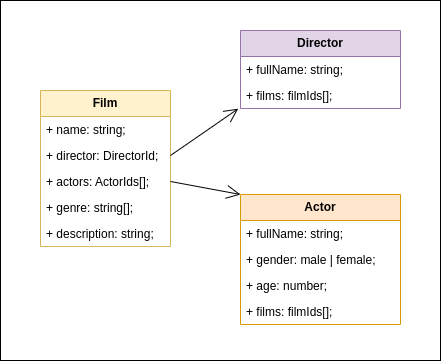
This is Movies-library.drawio.png from 21Michael/movies-library, a draw.io export, as it was before one commit. Source tidied: cells renumbered, new cells last; positions are measured from the earlier drawing's top-left corner, leaving out a move shared by most shapes. Its diagram source:
```xml
<mxGraphModel>
  <root>
    <mxCell id="0" />
    <mxCell id="1" parent="0" />
    <mxCell id="2" style="rounded=0;whiteSpace=wrap;html=1;" parent="1" vertex="1">
      <mxGeometry width="440" height="360" as="geometry" />
    </mxCell>
    <mxCell id="3" value="&lt;b&gt;Film&lt;/b&gt;" style="swimlane;fontStyle=0;horizontal=1;startSize=26;fillColor=#fff2cc;whiteSpace=wrap;html=1;strokeColor=#d6b656;" parent="1" vertex="1">
      <mxGeometry x="40" y="90" width="130" height="156" as="geometry" />
    </mxCell>
    <mxCell id="4" value="+ name: string;" style="text;strokeColor=none;fillColor=none;align=left;verticalAlign=top;spacingLeft=4;spacingRight=4;overflow=hidden;whiteSpace=wrap;html=1;" parent="3" vertex="1">
      <mxGeometry y="26" width="130" height="26" as="geometry" />
    </mxCell>
    <mxCell id="5" value="+ director: DirectorId;" style="text;strokeColor=none;fillColor=none;align=left;verticalAlign=top;spacingLeft=4;spacingRight=4;overflow=hidden;points=[[0,0.5],[1,0.5]];portConstraint=eastwest;whiteSpace=wrap;html=1;" parent="3" vertex="1">
      <mxGeometry y="52" width="130" height="26" as="geometry" />
    </mxCell>
    <mxCell id="6" value="+ actors: ActorIds[];" style="text;strokeColor=none;fillColor=none;align=left;verticalAlign=top;spacingLeft=4;spacingRight=4;overflow=hidden;points=[[0,0.5],[1,0.5]];portConstraint=eastwest;whiteSpace=wrap;html=1;" parent="3" vertex="1">
      <mxGeometry y="78" width="130" height="26" as="geometry" />
    </mxCell>
    <mxCell id="7" value="+ genre: string[];" style="text;strokeColor=none;fillColor=none;align=left;verticalAlign=top;spacingLeft=4;spacingRight=4;overflow=hidden;whiteSpace=wrap;html=1;" parent="3" vertex="1">
      <mxGeometry y="104" width="130" height="26" as="geometry" />
    </mxCell>
    <mxCell id="8" value="+ description: string;" style="text;strokeColor=none;fillColor=none;align=left;verticalAlign=top;spacingLeft=4;spacingRight=4;overflow=hidden;whiteSpace=wrap;html=1;" parent="3" vertex="1">
      <mxGeometry y="130" width="130" height="26" as="geometry" />
    </mxCell>
    <mxCell id="9" value="&lt;b&gt;Director&lt;/b&gt;" style="swimlane;fontStyle=0;horizontal=1;startSize=26;fillColor=#e1d5e7;whiteSpace=wrap;html=1;strokeColor=#9673a6;" parent="1" vertex="1">
      <mxGeometry x="240" y="30" width="160" height="78" as="geometry" />
    </mxCell>
    <mxCell id="10" value="+ fullName: string;" style="text;strokeColor=none;fillColor=none;align=left;verticalAlign=top;spacingLeft=4;spacingRight=4;overflow=hidden;whiteSpace=wrap;html=1;" parent="9" vertex="1">
      <mxGeometry y="26" width="160" height="26" as="geometry" />
    </mxCell>
    <mxCell id="11" value="+ films: filmIds[];" style="text;strokeColor=none;fillColor=none;align=left;verticalAlign=top;spacingLeft=4;spacingRight=4;overflow=hidden;points=[[0,0.5],[1,0.5]];portConstraint=eastwest;whiteSpace=wrap;html=1;" parent="9" vertex="1">
      <mxGeometry y="52" width="160" height="26" as="geometry" />
    </mxCell>
    <mxCell id="12" value="&lt;b&gt;Actor&lt;/b&gt;" style="swimlane;fontStyle=0;horizontal=1;startSize=26;fillColor=#ffe6cc;whiteSpace=wrap;html=1;strokeColor=#d79b00;" parent="1" vertex="1">
      <mxGeometry x="240" y="194" width="160" height="130" as="geometry" />
    </mxCell>
    <mxCell id="13" value="+ fullName: string;" style="text;strokeColor=none;fillColor=none;align=left;verticalAlign=top;spacingLeft=4;spacingRight=4;overflow=hidden;whiteSpace=wrap;html=1;" parent="12" vertex="1">
      <mxGeometry y="26" width="160" height="26" as="geometry" />
    </mxCell>
    <mxCell id="14" value="+ gender: male | female;" style="text;strokeColor=none;fillColor=none;align=left;verticalAlign=top;spacingLeft=4;spacingRight=4;overflow=hidden;whiteSpace=wrap;html=1;" parent="12" vertex="1">
      <mxGeometry y="52" width="160" height="26" as="geometry" />
    </mxCell>
    <mxCell id="15" value="+ age: number;" style="text;strokeColor=none;fillColor=none;align=left;verticalAlign=top;spacingLeft=4;spacingRight=4;overflow=hidden;whiteSpace=wrap;html=1;" parent="12" vertex="1">
      <mxGeometry y="78" width="160" height="26" as="geometry" />
    </mxCell>
    <mxCell id="16" value="+ films: filmIds[];" style="text;strokeColor=none;fillColor=none;align=left;verticalAlign=top;spacingLeft=4;spacingRight=4;overflow=hidden;whiteSpace=wrap;html=1;" parent="12" vertex="1">
      <mxGeometry y="104" width="160" height="26" as="geometry" />
    </mxCell>
    <mxCell id="17" style="endArrow=open;endFill=1;endSize=12;html=1;rounded=0;entryX=-0.014;entryY=1.008;entryDx=0;entryDy=0;entryPerimeter=0;" parent="1" edge="1" target="11">
      <mxGeometry relative="1" as="geometry">
        <mxPoint x="170" y="155" as="sourcePoint" />
      </mxGeometry>
    </mxCell>
    <mxCell id="18" style="endArrow=open;endFill=1;endSize=12;html=1;rounded=0;exitX=1;exitY=0.5;exitDx=0;exitDy=0;entryX=0;entryY=0;entryDx=0;entryDy=0;" parent="1" edge="1" source="6" target="12">
      <mxGeometry relative="1" as="geometry" />
    </mxCell>
  </root>
</mxGraphModel>
```
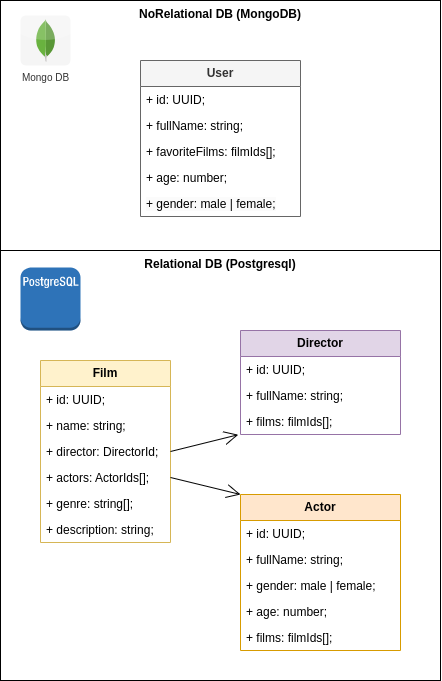
The same diagram one commit later.

Diff of the diagram source:
```diff
@@ -2,58 +2,92 @@
   <root>
     <mxCell id="0" />
     <mxCell id="1" parent="0" />
-    <mxCell id="2" style="rounded=0;whiteSpace=wrap;html=1;" parent="1" vertex="1">
-      <mxGeometry width="440" height="360" as="geometry" />
+    <mxCell id="2" value="Relational DB (Postgresql)" style="rounded=0;whiteSpace=wrap;html=1;verticalAlign=top;fontStyle=1;" parent="1" vertex="1">
+      <mxGeometry y="-50" width="440" height="430" as="geometry" />
     </mxCell>
     <mxCell id="3" value="&lt;b&gt;Film&lt;/b&gt;" style="swimlane;fontStyle=0;horizontal=1;startSize=26;fillColor=#fff2cc;whiteSpace=wrap;html=1;strokeColor=#d6b656;" parent="1" vertex="1">
-      <mxGeometry x="40" y="90" width="130" height="156" as="geometry" />
+      <mxGeometry x="40" y="60" width="130" height="182" as="geometry" />
     </mxCell>
+    <mxCell id="19" value="+ id: UUID;" style="text;strokeColor=none;fillColor=none;align=left;verticalAlign=top;spacingLeft=4;spacingRight=4;overflow=hidden;whiteSpace=wrap;html=1;" parent="3" vertex="1">
+      <mxGeometry y="26" width="130" height="26" as="geometry" />
+    </mxCell>
     <mxCell id="4" value="+ name: string;" style="text;strokeColor=none;fillColor=none;align=left;verticalAlign=top;spacingLeft=4;spacingRight=4;overflow=hidden;whiteSpace=wrap;html=1;" parent="3" vertex="1">
-      <mxGeometry y="26" width="130" height="26" as="geometry" />
+      <mxGeometry y="52" width="130" height="26" as="geometry" />
     </mxCell>
     <mxCell id="5" value="+ director: DirectorId;" style="text;strokeColor=none;fillColor=none;align=left;verticalAlign=top;spacingLeft=4;spacingRight=4;overflow=hidden;points=[[0,0.5],[1,0.5]];portConstraint=eastwest;whiteSpace=wrap;html=1;" parent="3" vertex="1">
-      <mxGeometry y="52" width="130" height="26" as="geometry" />
+      <mxGeometry y="78" width="130" height="26" as="geometry" />
     </mxCell>
     <mxCell id="6" value="+ actors: ActorIds[];" style="text;strokeColor=none;fillColor=none;align=left;verticalAlign=top;spacingLeft=4;spacingRight=4;overflow=hidden;points=[[0,0.5],[1,0.5]];portConstraint=eastwest;whiteSpace=wrap;html=1;" parent="3" vertex="1">
-      <mxGeometry y="78" width="130" height="26" as="geometry" />
+      <mxGeometry y="104" width="130" height="26" as="geometry" />
     </mxCell>
     <mxCell id="7" value="+ genre: string[];" style="text;strokeColor=none;fillColor=none;align=left;verticalAlign=top;spacingLeft=4;spacingRight=4;overflow=hidden;whiteSpace=wrap;html=1;" parent="3" vertex="1">
-      <mxGeometry y="104" width="130" height="26" as="geometry" />
+      <mxGeometry y="130" width="130" height="26" as="geometry" />
     </mxCell>
     <mxCell id="8" value="+ description: string;" style="text;strokeColor=none;fillColor=none;align=left;verticalAlign=top;spacingLeft=4;spacingRight=4;overflow=hidden;whiteSpace=wrap;html=1;" parent="3" vertex="1">
-      <mxGeometry y="130" width="130" height="26" as="geometry" />
+      <mxGeometry y="156" width="130" height="26" as="geometry" />
     </mxCell>
     <mxCell id="9" value="&lt;b&gt;Director&lt;/b&gt;" style="swimlane;fontStyle=0;horizontal=1;startSize=26;fillColor=#e1d5e7;whiteSpace=wrap;html=1;strokeColor=#9673a6;" parent="1" vertex="1">
-      <mxGeometry x="240" y="30" width="160" height="78" as="geometry" />
+      <mxGeometry x="240" y="30" width="160" height="104" as="geometry" />
     </mxCell>
+    <mxCell id="20" value="+ id: UUID;" style="text;strokeColor=none;fillColor=none;align=left;verticalAlign=top;spacingLeft=4;spacingRight=4;overflow=hidden;whiteSpace=wrap;html=1;" parent="9" vertex="1">
+      <mxGeometry y="26" width="160" height="26" as="geometry" />
+    </mxCell>
     <mxCell id="10" value="+ fullName: string;" style="text;strokeColor=none;fillColor=none;align=left;verticalAlign=top;spacingLeft=4;spacingRight=4;overflow=hidden;whiteSpace=wrap;html=1;" parent="9" vertex="1">
-      <mxGeometry y="26" width="160" height="26" as="geometry" />
+      <mxGeometry y="52" width="160" height="26" as="geometry" />
     </mxCell>
     <mxCell id="11" value="+ films: filmIds[];" style="text;strokeColor=none;fillColor=none;align=left;verticalAlign=top;spacingLeft=4;spacingRight=4;overflow=hidden;points=[[0,0.5],[1,0.5]];portConstraint=eastwest;whiteSpace=wrap;html=1;" parent="9" vertex="1">
-      <mxGeometry y="52" width="160" height="26" as="geometry" />
+      <mxGeometry y="78" width="160" height="26" as="geometry" />
     </mxCell>
     <mxCell id="12" value="&lt;b&gt;Actor&lt;/b&gt;" style="swimlane;fontStyle=0;horizontal=1;startSize=26;fillColor=#ffe6cc;whiteSpace=wrap;html=1;strokeColor=#d79b00;" parent="1" vertex="1">
-      <mxGeometry x="240" y="194" width="160" height="130" as="geometry" />
+      <mxGeometry x="240" y="194" width="160" height="156" as="geometry" />
     </mxCell>
-    <mxCell id="13" value="+ fullName: string;" style="text;strokeColor=none;fillColor=none;align=left;verticalAlign=top;spacingLeft=4;spacingRight=4;overflow=hidden;whiteSpace=wrap;html=1;" parent="12" vertex="1">
+    <mxCell id="13" value="+ id: UUID;" style="text;strokeColor=none;fillColor=none;align=left;verticalAlign=top;spacingLeft=4;spacingRight=4;overflow=hidden;whiteSpace=wrap;html=1;" parent="12" vertex="1">
       <mxGeometry y="26" width="160" height="26" as="geometry" />
     </mxCell>
+    <mxCell id="21" value="+ fullName: string;" style="text;strokeColor=none;fillColor=none;align=left;verticalAlign=top;spacingLeft=4;spacingRight=4;overflow=hidden;whiteSpace=wrap;html=1;" parent="12" vertex="1">
+      <mxGeometry y="52" width="160" height="26" as="geometry" />
+    </mxCell>
     <mxCell id="14" value="+ gender: male | female;" style="text;strokeColor=none;fillColor=none;align=left;verticalAlign=top;spacingLeft=4;spacingRight=4;overflow=hidden;whiteSpace=wrap;html=1;" parent="12" vertex="1">
-      <mxGeometry y="52" width="160" height="26" as="geometry" />
+      <mxGeometry y="78" width="160" height="26" as="geometry" />
     </mxCell>
     <mxCell id="15" value="+ age: number;" style="text;strokeColor=none;fillColor=none;align=left;verticalAlign=top;spacingLeft=4;spacingRight=4;overflow=hidden;whiteSpace=wrap;html=1;" parent="12" vertex="1">
-      <mxGeometry y="78" width="160" height="26" as="geometry" />
+      <mxGeometry y="104" width="160" height="26" as="geometry" />
     </mxCell>
     <mxCell id="16" value="+ films: filmIds[];" style="text;strokeColor=none;fillColor=none;align=left;verticalAlign=top;spacingLeft=4;spacingRight=4;overflow=hidden;whiteSpace=wrap;html=1;" parent="12" vertex="1">
-      <mxGeometry y="104" width="160" height="26" as="geometry" />
+      <mxGeometry y="130" width="160" height="26" as="geometry" />
     </mxCell>
-    <mxCell id="17" style="endArrow=open;endFill=1;endSize=12;html=1;rounded=0;entryX=-0.014;entryY=1.008;entryDx=0;entryDy=0;entryPerimeter=0;" parent="1" edge="1" target="11">
-      <mxGeometry relative="1" as="geometry">
-        <mxPoint x="170" y="155" as="sourcePoint" />
-      </mxGeometry>
+    <mxCell id="17" style="endArrow=open;endFill=1;endSize=12;html=1;rounded=0;entryX=-0.014;entryY=1.008;entryDx=0;entryDy=0;entryPerimeter=0;exitX=1;exitY=0.5;exitDx=0;exitDy=0;" parent="1" edge="1" source="5" target="11">
+      <mxGeometry relative="1" as="geometry" />
     </mxCell>
     <mxCell id="18" style="endArrow=open;endFill=1;endSize=12;html=1;rounded=0;exitX=1;exitY=0.5;exitDx=0;exitDy=0;entryX=0;entryY=0;entryDx=0;entryDy=0;" parent="1" edge="1" source="6" target="12">
       <mxGeometry relative="1" as="geometry" />
     </mxCell>
+    <mxCell id="22" style="dashed=0;verticalLabelPosition=bottom;verticalAlign=top;align=center;html=1;shape=mxgraph.aws3.postgre_sql_instance;fillColor=#2E73B8;gradientColor=none;" parent="1" vertex="1">
+      <mxGeometry x="20" y="-33" width="60" height="63" as="geometry" />
+    </mxCell>
+    <mxCell id="23" value="NoRelational DB (MongoDB)" style="rounded=0;whiteSpace=wrap;html=1;verticalAlign=top;fontStyle=1;" parent="1" vertex="1">
+      <mxGeometry y="-300" width="440" height="250" as="geometry" />
+    </mxCell>
+    <mxCell id="24" value="&lt;b&gt;User&lt;/b&gt;" style="swimlane;fontStyle=0;horizontal=1;startSize=26;fillColor=#f5f5f5;whiteSpace=wrap;html=1;strokeColor=#666666;fontColor=#333333;" parent="1" vertex="1">
+      <mxGeometry x="140" y="-240" width="160" height="156" as="geometry" />
+    </mxCell>
+    <mxCell id="25" value="+ id: UUID;" style="text;strokeColor=none;fillColor=none;align=left;verticalAlign=top;spacingLeft=4;spacingRight=4;overflow=hidden;whiteSpace=wrap;html=1;" parent="24" vertex="1">
+      <mxGeometry y="26" width="160" height="26" as="geometry" />
+    </mxCell>
+    <mxCell id="26" value="+ fullName: string;" style="text;strokeColor=none;fillColor=none;align=left;verticalAlign=top;spacingLeft=4;spacingRight=4;overflow=hidden;whiteSpace=wrap;html=1;" parent="24" vertex="1">
+      <mxGeometry y="52" width="160" height="26" as="geometry" />
+    </mxCell>
+    <mxCell id="27" value="+ favoriteFilms: filmIds[];" style="text;strokeColor=none;fillColor=none;align=left;verticalAlign=top;spacingLeft=4;spacingRight=4;overflow=hidden;whiteSpace=wrap;html=1;" parent="24" vertex="1">
+      <mxGeometry y="78" width="160" height="26" as="geometry" />
+    </mxCell>
+    <mxCell id="28" value="+ age: number;" style="text;strokeColor=none;fillColor=none;align=left;verticalAlign=top;spacingLeft=4;spacingRight=4;overflow=hidden;whiteSpace=wrap;html=1;" parent="24" vertex="1">
+      <mxGeometry y="104" width="160" height="26" as="geometry" />
+    </mxCell>
+    <mxCell id="29" value="&lt;span style=&quot;color: rgb(0, 0, 0); font-family: Helvetica; font-size: 12px; font-style: normal; font-variant-ligatures: normal; font-variant-caps: normal; font-weight: 400; letter-spacing: normal; orphans: 2; text-align: left; text-indent: 0px; text-transform: none; widows: 2; word-spacing: 0px; -webkit-text-stroke-width: 0px; background-color: rgb(251, 251, 251); text-decoration-thickness: initial; text-decoration-style: initial; text-decoration-color: initial; float: none; display: inline !important;&quot;&gt;+ gender: male | female;&lt;/span&gt;" style="text;strokeColor=none;fillColor=none;align=left;verticalAlign=top;spacingLeft=4;spacingRight=4;overflow=hidden;whiteSpace=wrap;html=1;" parent="24" vertex="1">
+      <mxGeometry y="130" width="160" height="26" as="geometry" />
+    </mxCell>
+    <mxCell id="30" value="Mongo DB" style="dashed=0;html=1;align=center;labelPosition=center;verticalLabelPosition=bottom;verticalAlign=top;shape=mxgraph.webicons.mongodb;fontSize=10;labelBackgroundColor=none;labelBorderColor=none;fillColor=#f5f5f5;fontColor=#333333;strokeColor=default;" parent="1" vertex="1">
+      <mxGeometry x="20" y="-285" width="50" height="50" as="geometry" />
+    </mxCell>
   </root>
 </mxGraphModel>
```
